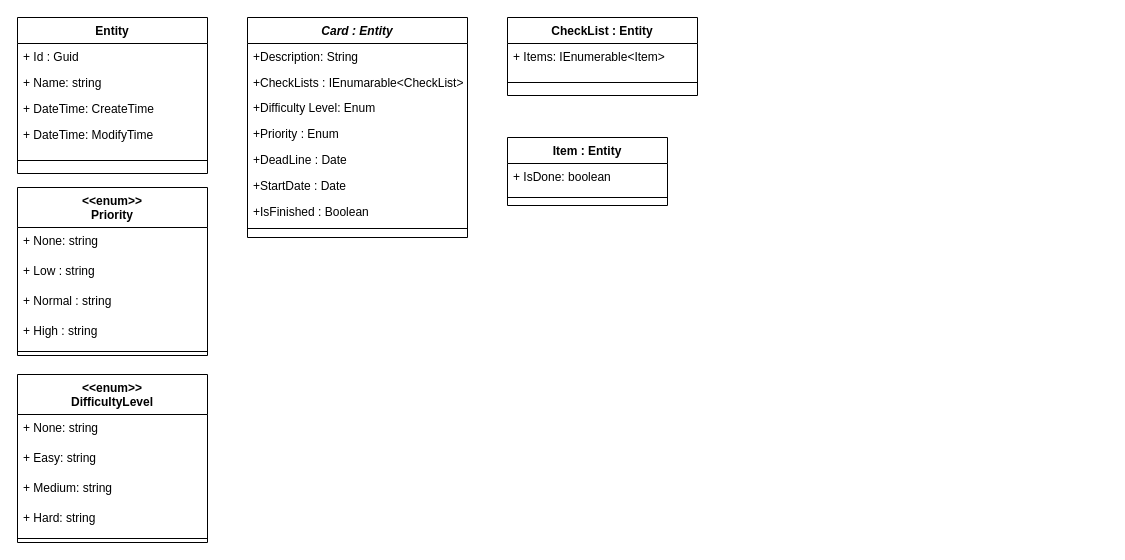
This is page "Class Diagram" (1 of 2) of docs/Diagrams.drawio from Chavato/ToDoList, a draw.io file, before an edit. Source tidied: cells renumbered, new cells numbered last; positions are measured from the earlier drawing's top-left corner, leaving out a move shared by most shapes. Both pictures are drawn from the tidied source at 100%, with x=0, y=0 at pixel (17, 17).
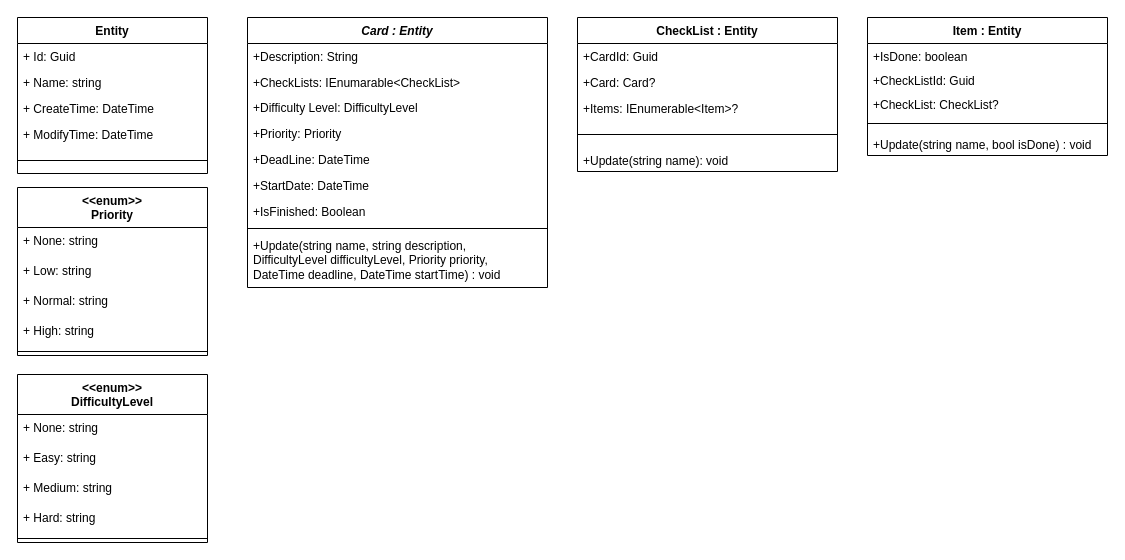
Above is the later version.

Commit message (it also covers changes not shown here):
docs: add some details in diagram class

The change refers to these unchanged cells:
```xml
<mxCell id="17" value="&amp;lt;&amp;lt;enum&amp;gt;&amp;gt;&lt;br&gt;Priority" style="swimlane;fontStyle=1;align=center;verticalAlign=top;horizontal=1;startSize=40;whiteSpace=wrap;html=1;" parent="1" vertex="1">
  <mxGeometry y="170" width="190" height="168" as="geometry" />
</mxCell>
<mxCell id="29" value="Entity" style="swimlane;fontStyle=1;align=center;verticalAlign=top;horizontal=1;startSize=26;whiteSpace=wrap;html=1;" parent="1" vertex="1">
  <mxGeometry width="190" height="156" as="geometry" />
</mxCell>
```

The edit, as a diff of the source:
```diff
@@
     <mxCell id="2" value="Card : Entity" style="swimlane;fontStyle=3;align=center;verticalAlign=top;horizontal=1;startSize=26;rounded=0;shadow=0;strokeWidth=1;" parent="1" vertex="1">
-      <mxGeometry x="230" width="220" height="220" as="geometry" />
+      <mxGeometry x="230" width="300" height="270" as="geometry" />
     </mxCell>
     <mxCell id="3" value="+Description: String" style="text;align=left;verticalAlign=top;spacingLeft=4;spacingRight=4;overflow=hidden;" parent="2" vertex="1">
-      <mxGeometry y="26" width="220" height="26" as="geometry" />
+      <mxGeometry y="26" width="300" height="26" as="geometry" />
     </mxCell>
-    <mxCell id="4" value="+CheckLists : IEnumarable&lt;CheckList&gt;" style="text;align=left;verticalAlign=top;spacingLeft=4;spacingRight=4;overflow=hidden;" parent="2" vertex="1">
-      <mxGeometry y="52" width="220" height="25" as="geometry" />
+    <mxCell id="4" value="+CheckLists: IEnumarable&lt;CheckList&gt;" style="text;align=left;verticalAlign=top;spacingLeft=4;spacingRight=4;overflow=hidden;" parent="2" vertex="1">
+      <mxGeometry y="52" width="300" height="25" as="geometry" />
     </mxCell>
-    <mxCell id="5" value="+Difficulty Level: Enum " style="text;align=left;verticalAlign=top;spacingLeft=4;spacingRight=4;overflow=hidden;" parent="2" vertex="1">
-      <mxGeometry y="77" width="220" height="26" as="geometry" />
+    <mxCell id="5" value="+Difficulty Level: DifficultyLevel" style="text;align=left;verticalAlign=top;spacingLeft=4;spacingRight=4;overflow=hidden;" parent="2" vertex="1">
+      <mxGeometry y="77" width="300" height="26" as="geometry" />
     </mxCell>
-    <mxCell id="6" value="+Priority : Enum" style="text;align=left;verticalAlign=top;spacingLeft=4;spacingRight=4;overflow=hidden;" parent="2" vertex="1">
-      <mxGeometry y="103" width="220" height="26" as="geometry" />
+    <mxCell id="6" value="+Priority: Priority" style="text;align=left;verticalAlign=top;spacingLeft=4;spacingRight=4;overflow=hidden;" parent="2" vertex="1">
+      <mxGeometry y="103" width="300" height="26" as="geometry" />
     </mxCell>
-    <mxCell id="7" value="+DeadLine : Date" style="text;align=left;verticalAlign=top;spacingLeft=4;spacingRight=4;overflow=hidden;" parent="2" vertex="1">
-      <mxGeometry y="129" width="220" height="26" as="geometry" />
+    <mxCell id="7" value="+DeadLine: DateTime" style="text;align=left;verticalAlign=top;spacingLeft=4;spacingRight=4;overflow=hidden;" parent="2" vertex="1">
+      <mxGeometry y="129" width="300" height="26" as="geometry" />
     </mxCell>
-    <mxCell id="8" value="+StartDate : Date" style="text;align=left;verticalAlign=top;spacingLeft=4;spacingRight=4;overflow=hidden;" parent="2" vertex="1">
-      <mxGeometry y="155" width="220" height="26" as="geometry" />
+    <mxCell id="8" value="+StartDate: DateTime" style="text;align=left;verticalAlign=top;spacingLeft=4;spacingRight=4;overflow=hidden;" parent="2" vertex="1">
+      <mxGeometry y="155" width="300" height="26" as="geometry" />
     </mxCell>
-    <mxCell id="9" value="+IsFinished : Boolean" style="text;align=left;verticalAlign=top;spacingLeft=4;spacingRight=4;overflow=hidden;" parent="2" vertex="1">
-      <mxGeometry y="181" width="220" height="26" as="geometry" />
+    <mxCell id="9" value="+IsFinished: Boolean" style="text;align=left;verticalAlign=top;spacingLeft=4;spacingRight=4;overflow=hidden;" parent="2" vertex="1">
+      <mxGeometry y="181" width="300" height="26" as="geometry" />
     </mxCell>
     <mxCell id="10" style="line;html=1;strokeWidth=1;align=left;verticalAlign=middle;spacingTop=-1;spacingLeft=3;spacingRight=3;labelPosition=right;" parent="2" vertex="1">
-      <mxGeometry y="207" width="220" height="8" as="geometry" />
+      <mxGeometry y="207" width="300" height="8" as="geometry" />
     </mxCell>
+    <mxCell id="35" value="+Update(string name, string description, DifficultyLevel difficultyLevel, Priority priority,&lt;br&gt;DateTime deadline, DateTime startTime) : void" style="text;strokeColor=none;fillColor=none;align=left;verticalAlign=top;spacingLeft=4;spacingRight=4;overflow=hidden;whiteSpace=wrap;html=1;" parent="2" vertex="1">
+      <mxGeometry y="215" width="300" height="55" as="geometry" />
+    </mxCell>
@@
-    <mxCell id="19" value="+ Low : string" style="text;strokeColor=none;fillColor=none;align=left;verticalAlign=top;spacingLeft=4;spacingRight=4;overflow=hidden;whiteSpace=wrap;html=1;" parent="17" vertex="1">
+    <mxCell id="19" value="+ Low: string" style="text;strokeColor=none;fillColor=none;align=left;verticalAlign=top;spacingLeft=4;spacingRight=4;overflow=hidden;whiteSpace=wrap;html=1;" parent="17" vertex="1">
       <mxGeometry y="70" width="190" height="30" as="geometry" />
     </mxCell>
-    <mxCell id="20" value="+ Normal : string" style="text;strokeColor=none;fillColor=none;align=left;verticalAlign=top;spacingLeft=4;spacingRight=4;overflow=hidden;whiteSpace=wrap;html=1;" parent="17" vertex="1">
+    <mxCell id="20" value="+ Normal: string" style="text;strokeColor=none;fillColor=none;align=left;verticalAlign=top;spacingLeft=4;spacingRight=4;overflow=hidden;whiteSpace=wrap;html=1;" parent="17" vertex="1">
       <mxGeometry y="100" width="190" height="30" as="geometry" />
     </mxCell>
-    <mxCell id="21" value="+&amp;nbsp;High : string" style="text;strokeColor=none;fillColor=none;align=left;verticalAlign=top;spacingLeft=4;spacingRight=4;overflow=hidden;whiteSpace=wrap;html=1;" parent="17" vertex="1">
+    <mxCell id="21" value="+&amp;nbsp;High: string" style="text;strokeColor=none;fillColor=none;align=left;verticalAlign=top;spacingLeft=4;spacingRight=4;overflow=hidden;whiteSpace=wrap;html=1;" parent="17" vertex="1">
       <mxGeometry y="130" width="190" height="30" as="geometry" />
     </mxCell>
@@
     <mxCell id="23" value="CheckList&amp;nbsp;: Entity" style="swimlane;fontStyle=1;align=center;verticalAlign=top;horizontal=1;startSize=26;whiteSpace=wrap;html=1;" parent="1" vertex="1">
-      <mxGeometry x="490" width="190" height="78" as="geometry" />
+      <mxGeometry x="560" width="260" height="154" as="geometry" />
     </mxCell>
-    <mxCell id="24" value="+ Items: IEnumerable&amp;lt;Item&amp;gt;" style="text;strokeColor=none;fillColor=none;align=left;verticalAlign=top;spacingLeft=4;spacingRight=4;overflow=hidden;whiteSpace=wrap;html=1;" parent="23" vertex="1">
-      <mxGeometry y="26" width="190" height="26" as="geometry" />
+    <mxCell id="24" value="+CardId: Guid" style="text;strokeColor=none;fillColor=none;align=left;verticalAlign=top;spacingLeft=4;spacingRight=4;overflow=hidden;whiteSpace=wrap;html=1;" parent="23" vertex="1">
+      <mxGeometry y="26" width="260" height="26" as="geometry" />
     </mxCell>
+    <mxCell id="36" value="+Card: Card?" style="text;strokeColor=none;fillColor=none;align=left;verticalAlign=top;spacingLeft=4;spacingRight=4;overflow=hidden;whiteSpace=wrap;html=1;" parent="23" vertex="1">
+      <mxGeometry y="52" width="260" height="26" as="geometry" />
+    </mxCell>
+    <mxCell id="37" value="+Items: IEnumerable&amp;lt;Item&amp;gt;?" style="text;strokeColor=none;fillColor=none;align=left;verticalAlign=top;spacingLeft=4;spacingRight=4;overflow=hidden;whiteSpace=wrap;html=1;" parent="23" vertex="1">
+      <mxGeometry y="78" width="260" height="26" as="geometry" />
+    </mxCell>
     <mxCell id="25" style="line;strokeWidth=1;fillColor=none;align=left;verticalAlign=middle;spacingTop=-1;spacingLeft=3;spacingRight=3;labelPosition=right;strokeColor=inherit;" parent="23" vertex="1">
-      <mxGeometry y="52" width="190" height="26" as="geometry" />
+      <mxGeometry y="104" width="260" height="26" as="geometry" />
     </mxCell>
+    <mxCell id="38" value="+Update(string name): void" style="text;strokeColor=none;fillColor=none;align=left;verticalAlign=top;spacingLeft=4;spacingRight=4;overflow=hidden;whiteSpace=wrap;html=1;" parent="23" vertex="1">
+      <mxGeometry y="130" width="260" height="24" as="geometry" />
+    </mxCell>
     <mxCell id="26" value="Item&amp;nbsp;: Entity" style="swimlane;fontStyle=1;align=center;verticalAlign=top;horizontal=1;startSize=26;whiteSpace=wrap;html=1;" parent="1" vertex="1">
-      <mxGeometry x="490" y="120" width="160" height="68" as="geometry" />
+      <mxGeometry x="850" width="240" height="138" as="geometry" />
     </mxCell>
-    <mxCell id="27" value="+ IsDone: boolean" style="text;strokeColor=none;fillColor=none;align=left;verticalAlign=top;spacingLeft=4;spacingRight=4;overflow=hidden;whiteSpace=wrap;html=1;" parent="26" vertex="1">
-      <mxGeometry y="26" width="160" height="26" as="geometry" />
+    <mxCell id="27" value="+IsDone: boolean" style="text;strokeColor=none;fillColor=none;align=left;verticalAlign=top;spacingLeft=4;spacingRight=4;overflow=hidden;whiteSpace=wrap;html=1;" parent="26" vertex="1">
+      <mxGeometry y="26" width="240" height="24" as="geometry" />
     </mxCell>
+    <mxCell id="39" value="+CheckListId: Guid" style="text;strokeColor=none;fillColor=none;align=left;verticalAlign=top;spacingLeft=4;spacingRight=4;overflow=hidden;whiteSpace=wrap;html=1;" parent="26" vertex="1">
+      <mxGeometry y="50" width="240" height="24" as="geometry" />
+    </mxCell>
+    <mxCell id="40" value="+CheckList: CheckList?" style="text;strokeColor=none;fillColor=none;align=left;verticalAlign=top;spacingLeft=4;spacingRight=4;overflow=hidden;whiteSpace=wrap;html=1;" parent="26" vertex="1">
+      <mxGeometry y="74" width="240" height="24" as="geometry" />
+    </mxCell>
     <mxCell id="28" style="line;strokeWidth=1;fillColor=none;align=left;verticalAlign=middle;spacingTop=-1;spacingLeft=3;spacingRight=3;labelPosition=right;strokeColor=inherit;" parent="26" vertex="1">
-      <mxGeometry y="52" width="160" height="16" as="geometry" />
+      <mxGeometry y="98" width="240" height="16" as="geometry" />
     </mxCell>
+    <mxCell id="41" value="+Update(string name, bool isDone) : void" style="text;strokeColor=none;fillColor=none;align=left;verticalAlign=top;spacingLeft=4;spacingRight=4;overflow=hidden;whiteSpace=wrap;html=1;" parent="26" vertex="1">
+      <mxGeometry y="114" width="240" height="24" as="geometry" />
+    </mxCell>
@@
-    <mxCell id="30" value="+ Id : Guid" style="text;strokeColor=none;fillColor=none;align=left;verticalAlign=top;spacingLeft=4;spacingRight=4;overflow=hidden;whiteSpace=wrap;html=1;" parent="29" vertex="1">
+    <mxCell id="30" value="+ Id: Guid" style="text;strokeColor=none;fillColor=none;align=left;verticalAlign=top;spacingLeft=4;spacingRight=4;overflow=hidden;whiteSpace=wrap;html=1;" parent="29" vertex="1">
       <mxGeometry y="26" width="190" height="26" as="geometry" />
     </mxCell>
@@
-    <mxCell id="32" value="+ DateTime: CreateTime" style="text;strokeColor=none;fillColor=none;align=left;verticalAlign=top;spacingLeft=4;spacingRight=4;overflow=hidden;whiteSpace=wrap;html=1;" parent="29" vertex="1">
+    <mxCell id="32" value="+ CreateTime:&amp;nbsp;DateTime" style="text;strokeColor=none;fillColor=none;align=left;verticalAlign=top;spacingLeft=4;spacingRight=4;overflow=hidden;whiteSpace=wrap;html=1;" parent="29" vertex="1">
       <mxGeometry y="78" width="190" height="26" as="geometry" />
     </mxCell>
-    <mxCell id="33" value="+ DateTime: ModifyTime" style="text;strokeColor=none;fillColor=none;align=left;verticalAlign=top;spacingLeft=4;spacingRight=4;overflow=hidden;whiteSpace=wrap;html=1;" parent="29" vertex="1">
+    <mxCell id="33" value="+ ModifyTime: DateTime" style="text;strokeColor=none;fillColor=none;align=left;verticalAlign=top;spacingLeft=4;spacingRight=4;overflow=hidden;whiteSpace=wrap;html=1;" parent="29" vertex="1">
       <mxGeometry y="104" width="190" height="26" as="geometry" />
     </mxCell>
```
